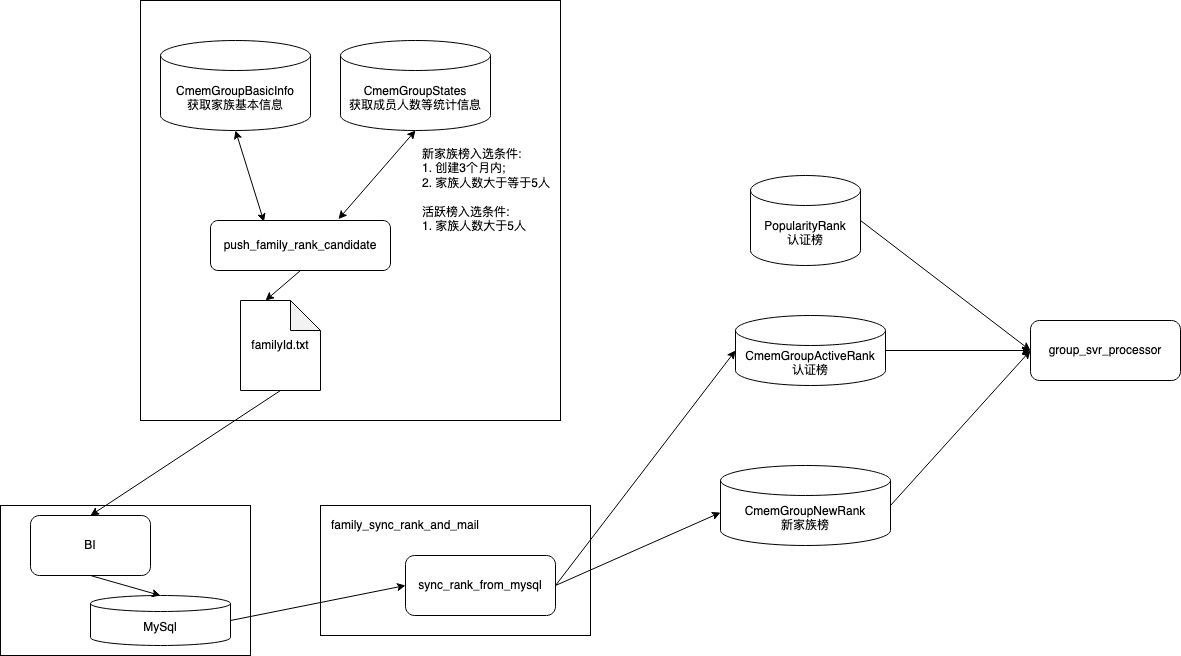
Above: 家族排行榜.png in wu0hgl/note_pic (draw.io), before the change. Source tidied: cells renumbered, new cells last; positions are measured from the earlier drawing's top-left corner, leaving out a move shared by most shapes.
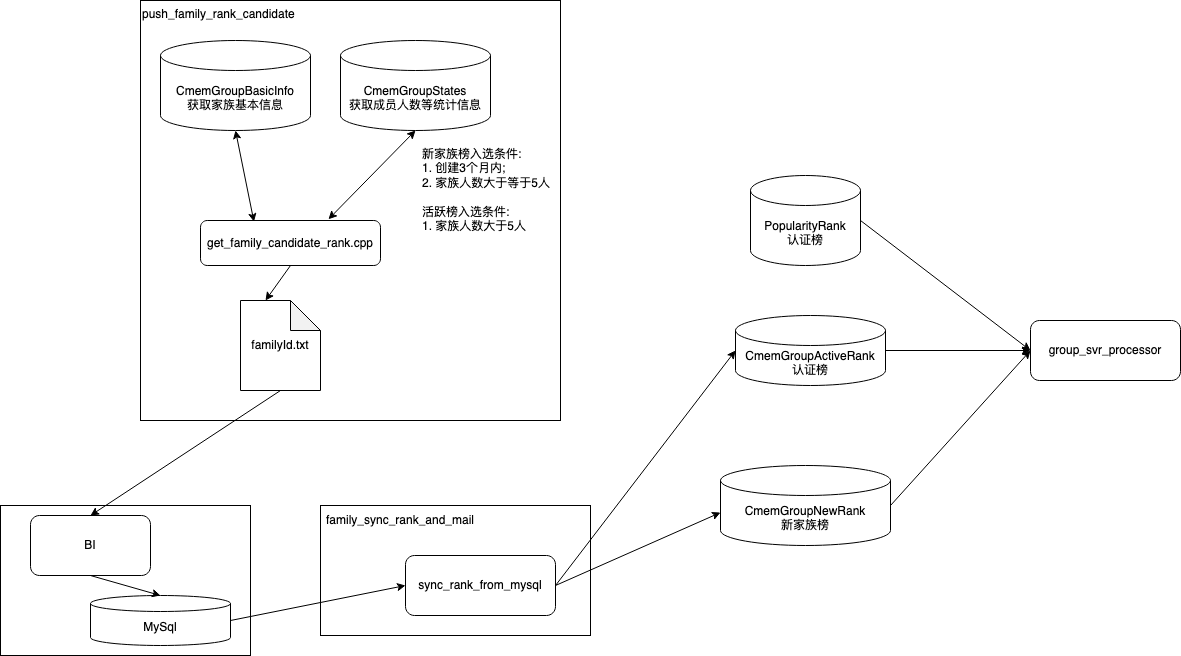
Above is the later version.

Commit message:
更新家族排行榜.png

What changed in the source:
```diff
@@ -23,8 +23,8 @@
     <mxCell id="8" style="rounded=0;jettySize=auto;html=1;exitX=0.5;exitY=1;exitDx=0;exitDy=0;entryX=0;entryY=0;entryDx=25;entryDy=0;entryPerimeter=0;" parent="1" edge="1" source="9" target="15">
       <mxGeometry relative="1" as="geometry" />
     </mxCell>
-    <mxCell id="9" value="push_family_rank_candidate" style="rounded=1;whiteSpace=wrap;html=1;" parent="1" vertex="1">
-      <mxGeometry x="210" y="220" width="180" height="50" as="geometry" />
+    <mxCell id="9" value="get_family_candidate_rank.cpp" style="rounded=1;whiteSpace=wrap;html=1;" parent="1" vertex="1">
+      <mxGeometry x="200" y="220" width="180" height="45" as="geometry" />
     </mxCell>
     <mxCell id="10" value="&lt;div&gt;CmemGroupStates&lt;/div&gt;获取成员人数等统计信息" style="shape=cylinder3;whiteSpace=wrap;html=1;boundedLbl=1;backgroundOutline=1;size=15;" parent="1" vertex="1">
       <mxGeometry x="340" y="40" width="150" height="90" as="geometry" />
@@ -60,7 +60,7 @@
       <mxGeometry x="405" y="555" width="150" height="60" as="geometry" />
     </mxCell>
     <mxCell id="21" value="family_sync_rank_and_mail" style="text;html=1;strokeColor=none;fillColor=none;align=center;verticalAlign=middle;whiteSpace=wrap;rounded=0;" parent="1" vertex="1">
-      <mxGeometry x="320" y="505" width="170" height="40" as="geometry" />
+      <mxGeometry x="320" y="505" width="160" height="30" as="geometry" />
     </mxCell>
     <mxCell id="22" style="endArrow=classic;html=1;exitX=1;exitY=0.5;exitDx=0;exitDy=0;exitPerimeter=0;entryX=0;entryY=0.5;entryDx=0;entryDy=0;" parent="1" edge="1" source="18" target="20">
       <mxGeometry relative="1" as="geometry" />
@@ -83,5 +83,8 @@
     <mxCell id="28" style="endArrow=classic;html=1;exitX=1;exitY=0.5;exitDx=0;exitDy=0;exitPerimeter=0;entryX=0;entryY=0.5;entryDx=0;entryDy=0;" parent="1" edge="1" source="6" target="25">
       <mxGeometry relative="1" as="geometry" />
     </mxCell>
+    <mxCell id="29" value="push_family_rank_candidate" style="text;whiteSpace=wrap;html=1;" parent="1" vertex="1">
+      <mxGeometry x="140" width="180" height="30" as="geometry" />
+    </mxCell>
   </root>
 </mxGraphModel>
```
